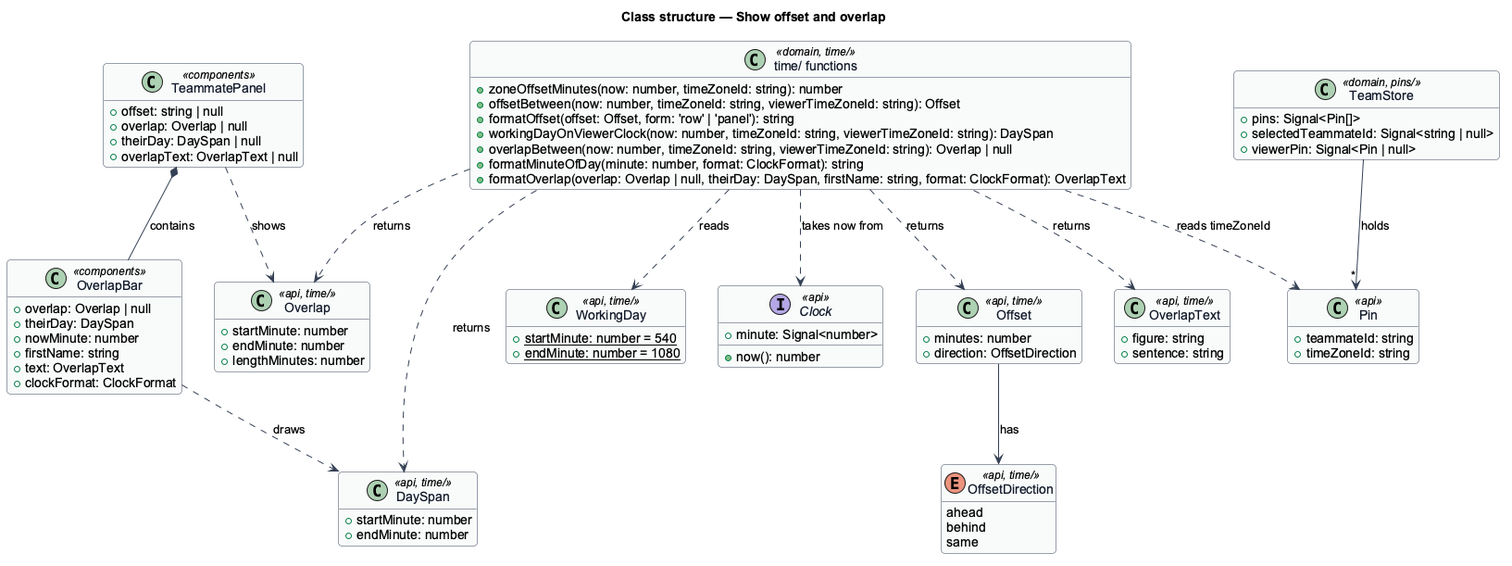
This is docs/detailed-designs/time/show-offset-and-overlap/diagrams/class-structure.png from QuinntyneBrown/Mondino, a PlantUML export, as it was before one commit.
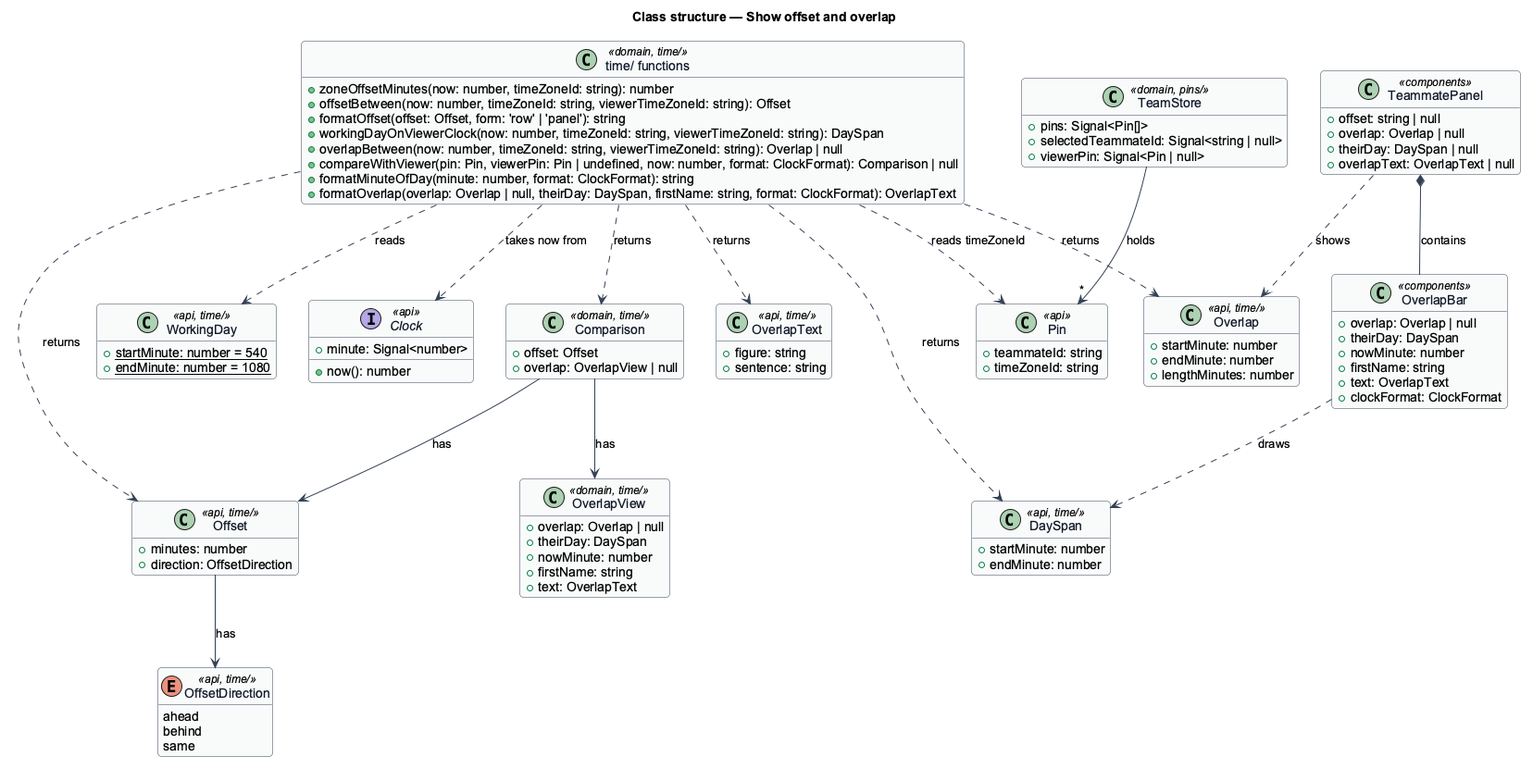
Later version of the same file.

The edit, as a diff of the source:
```diff
@@ -19,6 +19,7 @@
   +formatOffset(offset: Offset, form: 'row' | 'panel'): string
   +workingDayOnViewerClock(now: number, timeZoneId: string, viewerTimeZoneId: string): DaySpan
   +overlapBetween(now: number, timeZoneId: string, viewerTimeZoneId: string): Overlap | null
+  +compareWithViewer(pin: Pin, viewerPin: Pin | undefined, now: number, format: ClockFormat): Comparison | null
   +formatMinuteOfDay(minute: number, format: ClockFormat): string
   +formatOverlap(overlap: Overlap | null, theirDay: DaySpan, firstName: string, format: ClockFormat): OverlapText
 }
@@ -48,6 +49,19 @@
   +startMinute: number
   +endMinute: number
   +lengthMinutes: number
+}
+
+class Comparison <<domain, time/>> {
+  +offset: Offset
+  +overlap: OverlapView | null
+}
+
+class OverlapView <<domain, time/>> {
+  +overlap: Overlap | null
+  +theirDay: DaySpan
+  +nowMinute: number
+  +firstName: string
+  +text: OverlapText
 }
 
 class WorkingDay <<api, time/>> {
@@ -87,6 +101,9 @@
   +overlapText: OverlapText | null
 }
 
+TimeFns ..> Comparison : returns
+Comparison --> Offset : has
+Comparison --> OverlapView : has
 TimeFns ..> Offset : returns
 TimeFns ..> Overlap : returns
 TimeFns ..> DaySpan : returns
```
